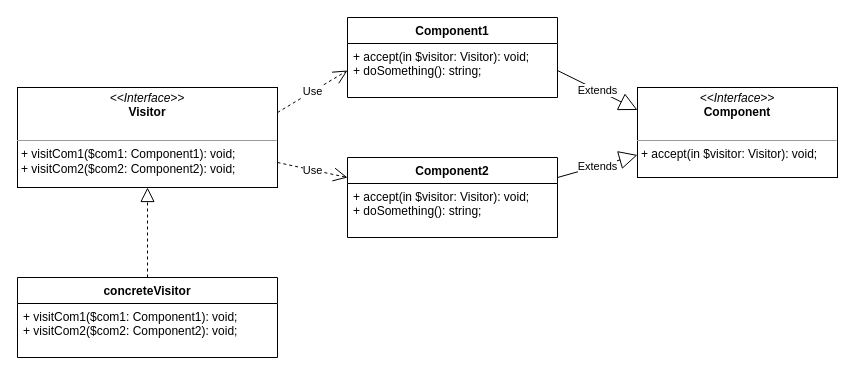
Before: Visitor.drawio in artemmm312/Behavioral-patterns, a draw.io diagram. Source tidied: cells renumbered, new cells numbered last; positions are measured from the earlier drawing's top-left corner, leaving out a move shared by most shapes. Both pictures are drawn from the tidied source at 100%, with x=0, y=0 at pixel (17, 17).
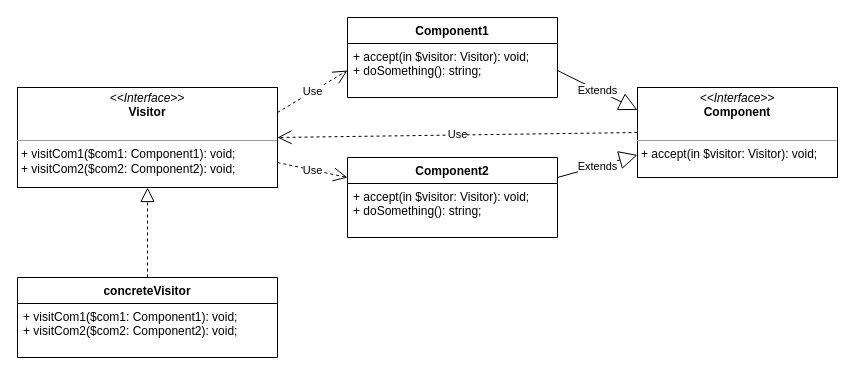
The same diagram, later.

Change to the diagram source:
```diff
@@
 <mxGraphModel>
   <root>
     <mxCell id="0" />
     <mxCell id="1" parent="0" />
     <mxCell id="2" value="&lt;p style=&quot;margin: 0px ; margin-top: 4px ; text-align: center&quot;&gt;&lt;i&gt;&amp;lt;&amp;lt;Interface&amp;gt;&amp;gt;&lt;/i&gt;&lt;br&gt;&lt;b&gt;Visitor&lt;/b&gt;&lt;/p&gt;&lt;p style=&quot;margin: 0px ; margin-left: 4px&quot;&gt;&lt;br&gt;&lt;/p&gt;&lt;hr size=&quot;1&quot;&gt;&lt;p style=&quot;margin: 0px ; margin-left: 4px&quot;&gt;+ visitCom1($com1: Component1): void;&lt;br&gt;+ visitCom2($com2: Component2): void;&lt;/p&gt;" style="verticalAlign=top;align=left;overflow=fill;fontSize=12;fontFamily=Helvetica;html=1;" parent="1" vertex="1">
       <mxGeometry y="70" width="260" height="100" as="geometry" />
     </mxCell>
     <mxCell id="3" value="&lt;p style=&quot;margin: 0px ; margin-top: 4px ; text-align: center&quot;&gt;&lt;i&gt;&amp;lt;&amp;lt;Interface&amp;gt;&amp;gt;&lt;/i&gt;&lt;br&gt;&lt;b&gt;Component&lt;/b&gt;&lt;/p&gt;&lt;p style=&quot;margin: 0px ; margin-left: 4px&quot;&gt;&lt;br&gt;&lt;/p&gt;&lt;hr size=&quot;1&quot;&gt;&lt;p style=&quot;margin: 0px ; margin-left: 4px&quot;&gt;+ accept(in $visitor: Visitor): void;&lt;br&gt;&lt;/p&gt;" style="verticalAlign=top;align=left;overflow=fill;fontSize=12;fontFamily=Helvetica;html=1;" parent="1" vertex="1">
       <mxGeometry x="620" y="70" width="200" height="90" as="geometry" />
     </mxCell>
     <mxCell id="4" value="concreteVisitor" style="swimlane;fontStyle=1;align=center;verticalAlign=top;horizontal=1;startSize=26;" parent="1" vertex="1">
       <mxGeometry y="260" width="260" height="80" as="geometry" />
     </mxCell>
     <mxCell id="5" value="+ visitCom1($com1: Component1): void;&#10;+ visitCom2($com2: Component2): void;" style="text;strokeColor=none;fillColor=none;align=left;verticalAlign=top;spacingLeft=4;spacingRight=4;overflow=hidden;" parent="4" vertex="1">
       <mxGeometry y="26" width="260" height="54" as="geometry" />
     </mxCell>
     <mxCell id="6" style="endArrow=block;dashed=1;endFill=0;endSize=12;html=1;exitX=0.5;exitY=0;exitDx=0;exitDy=0;entryX=0.5;entryY=1;entryDx=0;entryDy=0;" parent="1" edge="1" source="4" target="2">
       <mxGeometry relative="1" as="geometry" />
     </mxCell>
     <mxCell id="7" value="Component1" style="swimlane;fontStyle=1;align=center;verticalAlign=top;horizontal=1;startSize=26;" parent="1" vertex="1">
       <mxGeometry x="330" width="210" height="80" as="geometry" />
     </mxCell>
     <mxCell id="8" value="+ accept(in $visitor: Visitor): void;&#10;+ doSomething(): string;" style="text;strokeColor=none;fillColor=none;align=left;verticalAlign=top;spacingLeft=4;spacingRight=4;overflow=hidden;points=[[0,0.5],[1,0.5]];portConstraint=eastwest;" parent="7" vertex="1">
       <mxGeometry y="26" width="210" height="54" as="geometry" />
     </mxCell>
     <mxCell id="9" value="Component2" style="swimlane;fontStyle=1;align=center;verticalAlign=top;horizontal=1;startSize=26;" parent="1" vertex="1">
       <mxGeometry x="330" y="140" width="210" height="80" as="geometry" />
     </mxCell>
     <mxCell id="10" value="+ accept(in $visitor: Visitor): void;&#10;+ doSomething(): string;" style="text;strokeColor=none;fillColor=none;align=left;verticalAlign=top;spacingLeft=4;spacingRight=4;overflow=hidden;" parent="9" vertex="1">
       <mxGeometry y="26" width="210" height="54" as="geometry" />
     </mxCell>
     <mxCell id="11" value="Extends" style="endArrow=block;endSize=16;endFill=0;html=1;exitX=1;exitY=0.5;exitDx=0;exitDy=0;entryX=0;entryY=0.25;entryDx=0;entryDy=0;" parent="1" edge="1" source="8" target="3">
       <mxGeometry relative="1" as="geometry" />
     </mxCell>
     <mxCell id="12" value="Extends" style="endArrow=block;endSize=16;endFill=0;html=1;exitX=1;exitY=0.25;exitDx=0;exitDy=0;entryX=0;entryY=0.75;entryDx=0;entryDy=0;" parent="1" edge="1" source="9" target="3">
       <mxGeometry relative="1" as="geometry" />
     </mxCell>
     <mxCell id="13" value="Use" style="endArrow=open;endSize=12;dashed=1;html=1;exitX=1;exitY=0.25;exitDx=0;exitDy=0;entryX=0;entryY=0.5;entryDx=0;entryDy=0;" parent="1" edge="1" source="2" target="8">
       <mxGeometry relative="1" as="geometry" />
     </mxCell>
     <mxCell id="14" value="Use" style="endArrow=open;endSize=12;dashed=1;html=1;exitX=1;exitY=0.75;exitDx=0;exitDy=0;entryX=0;entryY=0.25;entryDx=0;entryDy=0;" parent="1" edge="1" source="2" target="9">
       <mxGeometry relative="1" as="geometry" />
     </mxCell>
+    <mxCell id="15" value="Use" style="endArrow=open;endSize=12;dashed=1;html=1;exitX=0;exitY=0.5;exitDx=0;exitDy=0;entryX=1;entryY=0.5;entryDx=0;entryDy=0;" parent="1" edge="1" source="3" target="2">
+      <mxGeometry relative="1" as="geometry" />
+    </mxCell>
   </root>
 </mxGraphModel>
```
